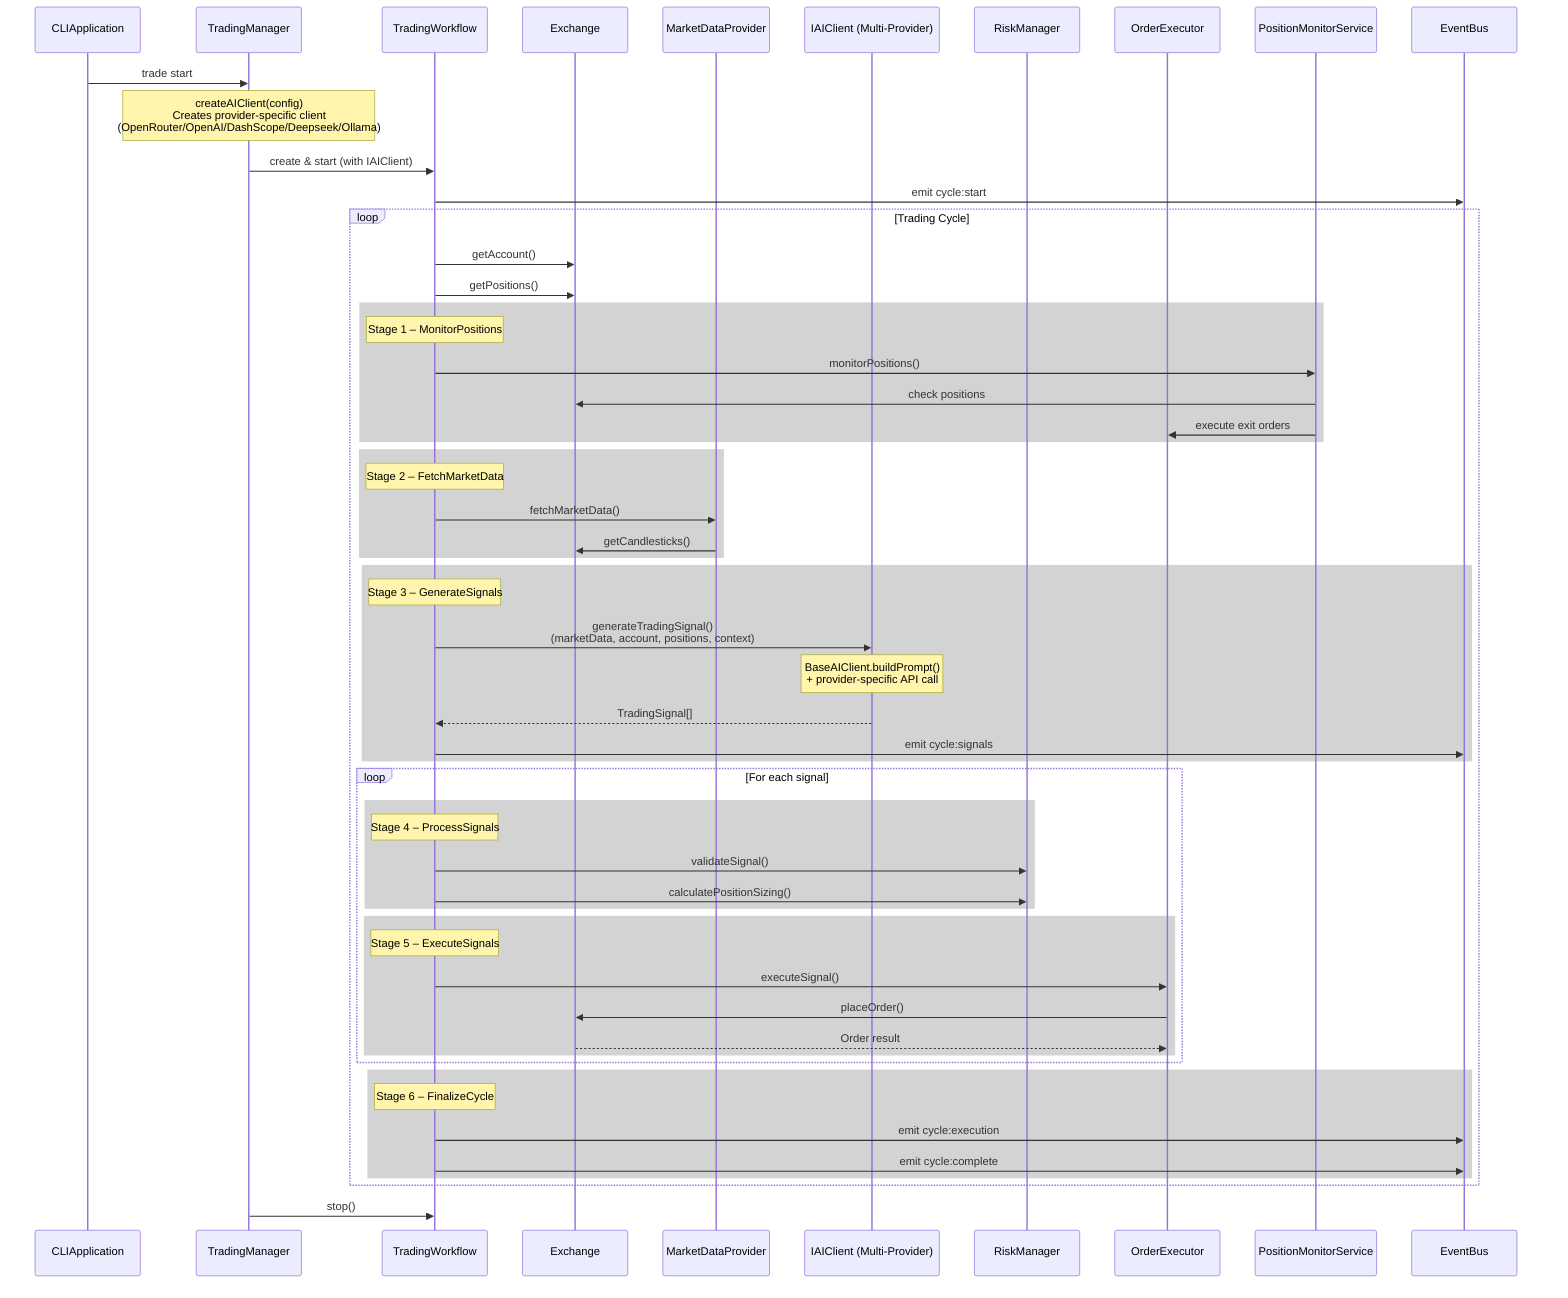
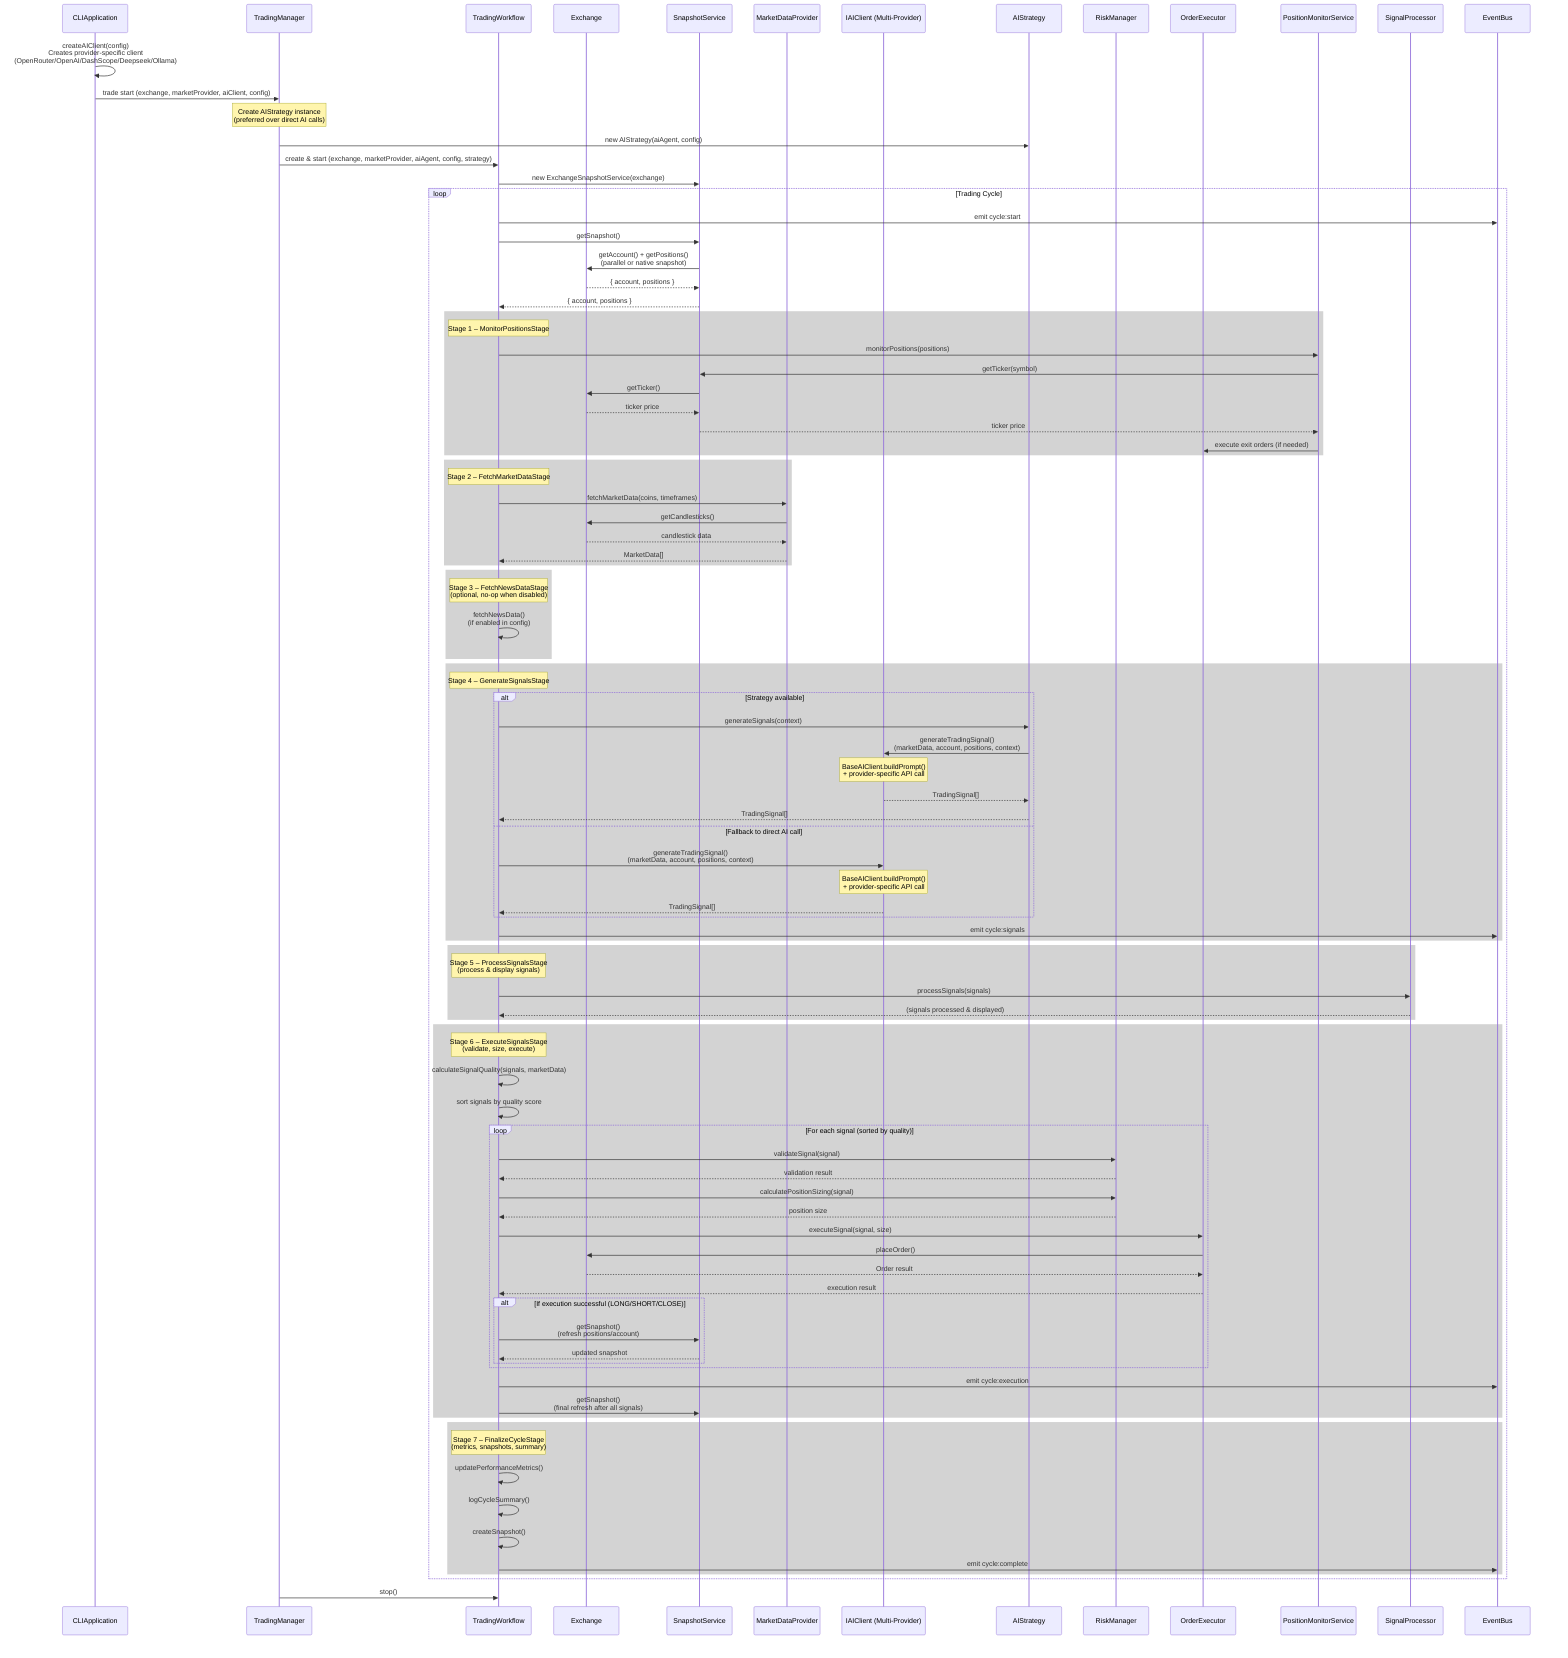
sequenceDiagram
    participant CLI as CLIApplication
    participant TM as TradingManager
    participant TW as TradingWorkflow
    participant EX as Exchange
+     participant SS as SnapshotService
    participant MDP as MarketDataProvider
    participant AIClient as IAIClient (Multi-Provider)
+     participant Strategy as AIStrategy
    participant RM as RiskManager
    participant OE as OrderExecutor
    participant PM as PositionMonitorService
+     participant SP as SignalProcessor
    participant EB as EventBus

-     CLI->>TM: trade start
-     Note over TM: createAIClient(config)<br/>Creates provider-specific client<br/>(OpenRouter/OpenAI/DashScope/Deepseek/Ollama)
-     TM->>TW: create & start (with IAIClient)
-     TW->>EB: emit cycle:start
+     CLI->>CLI: createAIClient(config)<br/>Creates provider-specific client<br/>(OpenRouter/OpenAI/DashScope/Deepseek/Ollama)
+     CLI->>TM: trade start (exchange, marketProvider, aiClient, config)
+     Note over TM: Create AIStrategy instance<br/>(preferred over direct AI calls)
+     TM->>Strategy: new AIStrategy(aiAgent, config)
+     TM->>TW: create & start (exchange, marketProvider, aiAgent, config, strategy)
+     TW->>SS: new ExchangeSnapshotService(exchange)

    loop Trading Cycle
-         TW->>EX: getAccount()
-         TW->>EX: getPositions()
+         TW->>EB: emit cycle:start
+         TW->>SS: getSnapshot()
+         SS->>EX: getAccount() + getPositions()<br/>(parallel or native snapshot)
+         EX-->>SS: { account, positions }
+         SS-->>TW: { account, positions }

        rect lightgray
-         Note over TW: Stage 1 – MonitorPositions
-         TW->>PM: monitorPositions()
-         PM->>EX: check positions
-         PM->>OE: execute exit orders
+         Note over TW: Stage 1 – MonitorPositionsStage
+         TW->>PM: monitorPositions(positions)
+         PM->>SS: getTicker(symbol)
+         SS->>EX: getTicker()
+         EX-->>SS: ticker price
+         SS-->>PM: ticker price
+         PM->>OE: execute exit orders (if needed)
        end

        rect lightgray
-         Note over TW: Stage 2 – FetchMarketData
-         TW->>MDP: fetchMarketData()
+         Note over TW: Stage 2 – FetchMarketDataStage
+         TW->>MDP: fetchMarketData(coins, timeframes)
        MDP->>EX: getCandlesticks()
+         EX-->>MDP: candlestick data
+         MDP-->>TW: MarketData[]
        end

        rect lightgray
-         Note over TW: Stage 3 – GenerateSignals
-         TW->>AIClient: generateTradingSignal()<br/>(marketData, account, positions, context)
-         Note over AIClient: BaseAIClient.buildPrompt()<br/>+ provider-specific API call
-         AIClient-->>TW: TradingSignal[]
+         Note over TW: Stage 3 – FetchNewsDataStage<br/>(optional, no-op when disabled)
+         TW->>TW: fetchNewsData()<br/>(if enabled in config)
+         end
+ 
+         rect lightgray
+         Note over TW: Stage 4 – GenerateSignalsStage
+         alt Strategy available
+             TW->>Strategy: generateSignals(context)
+             Strategy->>AIClient: generateTradingSignal()<br/>(marketData, account, positions, context)
+             Note over AIClient: BaseAIClient.buildPrompt()<br/>+ provider-specific API call
+             AIClient-->>Strategy: TradingSignal[]
+             Strategy-->>TW: TradingSignal[]
+         else Fallback to direct AI call
+             TW->>AIClient: generateTradingSignal()<br/>(marketData, account, positions, context)
+             Note over AIClient: BaseAIClient.buildPrompt()<br/>+ provider-specific API call
+             AIClient-->>TW: TradingSignal[]
+         end
        TW->>EB: emit cycle:signals
        end

-         loop For each signal
-             rect lightgray
-             Note over TW: Stage 4 – ProcessSignals
-             TW->>RM: validateSignal()
-             TW->>RM: calculatePositionSizing()
-             end
- 
-             rect lightgray
-             Note over TW: Stage 5 – ExecuteSignals
-             TW->>OE: executeSignal()
-             OE->>EX: placeOrder()
-             EX-->>OE: Order result
-             end
+         rect lightgray
+         Note over TW: Stage 5 – ProcessSignalsStage<br/>(process & display signals)
+         TW->>SP: processSignals(signals)
+         SP-->>TW: (signals processed & displayed)
        end

        rect lightgray
-         Note over TW: Stage 6 – FinalizeCycle
+         Note over TW: Stage 6 – ExecuteSignalsStage<br/>(validate, size, execute)
+         TW->>TW: calculateSignalQuality(signals, marketData)
+         TW->>TW: sort signals by quality score
+         loop For each signal (sorted by quality)
+             TW->>RM: validateSignal(signal)
+             RM-->>TW: validation result
+             TW->>RM: calculatePositionSizing(signal)
+             RM-->>TW: position size
+             TW->>OE: executeSignal(signal, size)
+             OE->>EX: placeOrder()
+             EX-->>OE: Order result
+             OE-->>TW: execution result
+             alt If execution successful (LONG/SHORT/CLOSE)
+                 TW->>SS: getSnapshot()<br/>(refresh positions/account)
+                 SS-->>TW: updated snapshot
+             end
+         end
        TW->>EB: emit cycle:execution
+         TW->>SS: getSnapshot()<br/>(final refresh after all signals)
+         end
+ 
+         rect lightgray
+         Note over TW: Stage 7 – FinalizeCycleStage<br/>(metrics, snapshots, summary)
+         TW->>TW: updatePerformanceMetrics()
+         TW->>TW: logCycleSummary()
+         TW->>TW: createSnapshot()
        TW->>EB: emit cycle:complete
        end
    end

    %% CLI stop command removed; use Ctrl+C
    TM->>TW: stop()